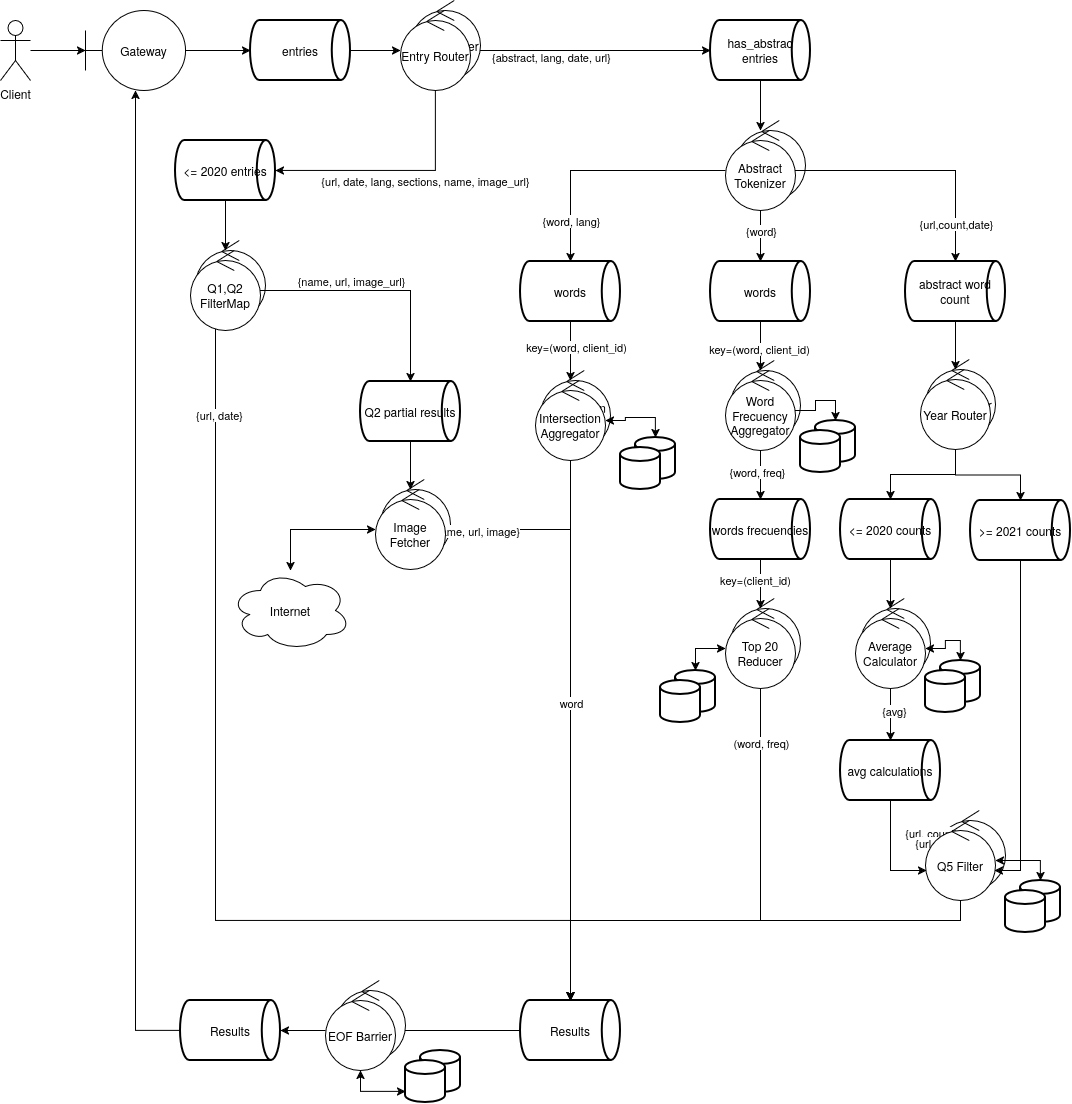
The draw.io diagram diagrams/Distribuidos - TP Diseño-Robustez.drawio.png in mrti259/fiuba-tp-template, before a commit. Source tidied: cells renumbered, new cells last; positions are measured from the earlier drawing's top-left corner, leaving out a move shared by most shapes.
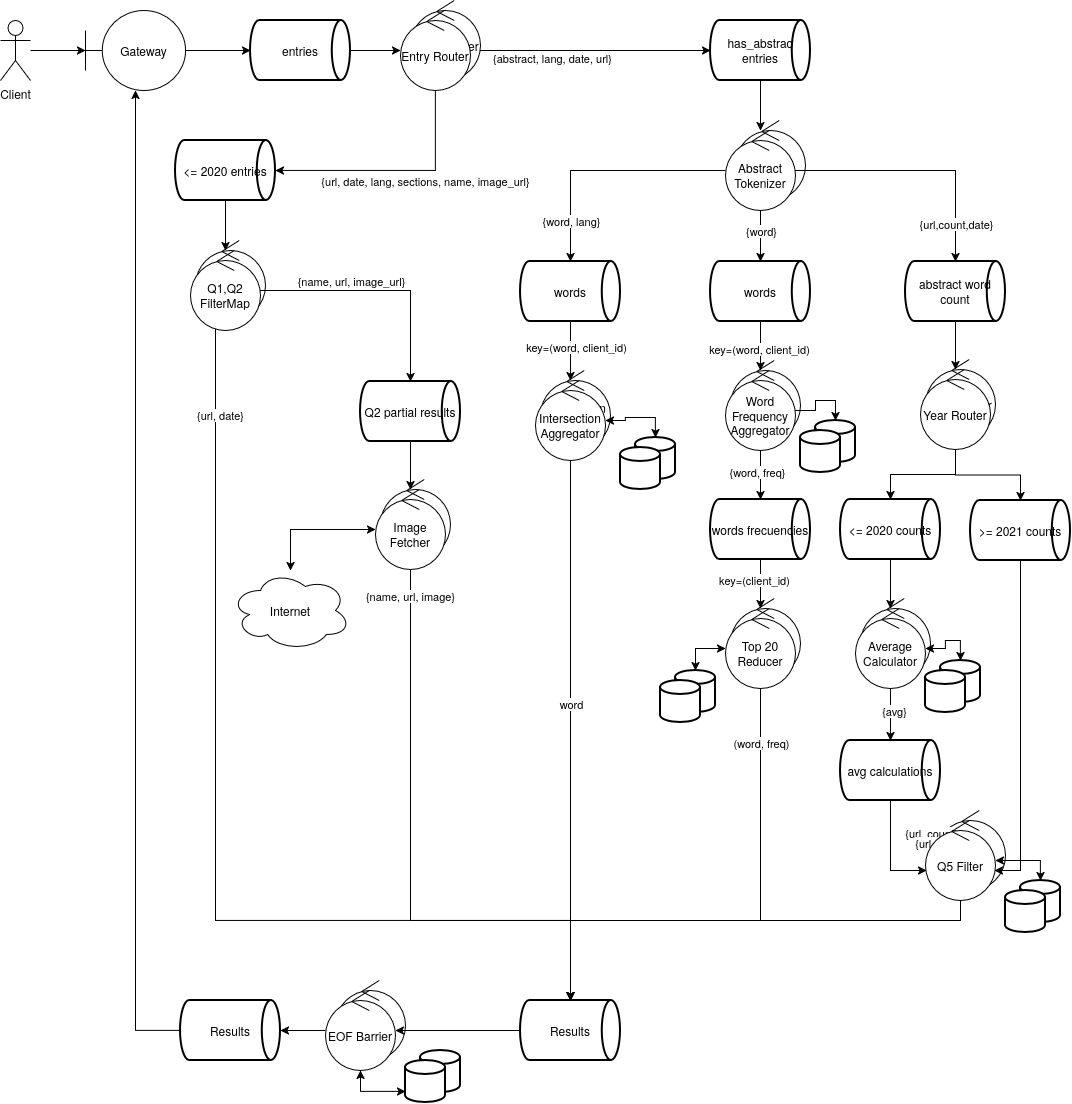
The same diagram one commit later.

Change to the diagram source:
```diff
@@ -38,10 +38,15 @@
       </mxGeometry>
     </mxCell>
     <mxCell id="13" style="edgeStyle=orthogonalEdgeStyle;rounded=0;jettySize=auto;html=1;" parent="1" edge="1" source="36" target="81">
-      <mxGeometry x="-0.89" relative="1" as="geometry" />
+      <mxGeometry x="-0.89" relative="1" as="geometry">
+        <Array as="points">
+          <mxPoint x="410" y="920" />
+          <mxPoint x="570" y="920" />
+        </Array>
+      </mxGeometry>
     </mxCell>
     <mxCell id="14" value="{name, url, image}" style="edgeLabel;html=1;align=center;verticalAlign=middle;" parent="13" vertex="1">
-      <mxGeometry x="-0.9" y="-1" relative="1" as="geometry" />
+      <mxGeometry x="-0.91" y="-1" relative="1" as="geometry" />
     </mxCell>
     <mxCell id="15" style="edgeStyle=orthogonalEdgeStyle;rounded=0;jettySize=auto;html=1;" parent="1" edge="1" source="16" target="18">
       <mxGeometry relative="1" as="geometry" />
@@ -179,7 +184,7 @@
     <mxCell id="53" value="{word, freq}" style="edgeLabel;html=1;align=center;verticalAlign=middle;" parent="52" vertex="1">
       <mxGeometry x="-0.1" y="-4" relative="1" as="geometry" />
     </mxCell>
-    <mxCell id="54" value="Word Frecuency Aggregator" style="ellipse;shape=umlControl;whiteSpace=wrap;html=1;" parent="1" vertex="1">
+    <mxCell id="54" value="Word Frequency Aggregator" style="ellipse;shape=umlControl;whiteSpace=wrap;html=1;" parent="1" vertex="1">
       <mxGeometry x="725" y="370" width="70" height="80" as="geometry" />
     </mxCell>
     <mxCell id="55" value="Top 20 Reducer" style="ellipse;shape=umlControl;whiteSpace=wrap;html=1;" parent="1" vertex="1">
@@ -278,9 +283,6 @@
         </Array>
       </mxGeometry>
     </mxCell>
-    <mxCell id="80" style="edgeStyle=orthogonalEdgeStyle;rounded=0;jettySize=auto;html=1;" parent="1" edge="1" source="81" target="103">
-      <mxGeometry relative="1" as="geometry" />
-    </mxCell>
     <mxCell id="81" value="Results" style="strokeWidth=2;html=1;shape=mxgraph.flowchart.direct_data;whiteSpace=wrap;" parent="1" vertex="1">
       <mxGeometry x="520" y="1000" width="100" height="60" as="geometry" />
     </mxCell>
@@ -372,5 +374,8 @@
         </Array>
       </mxGeometry>
     </mxCell>
+    <mxCell id="80" style="edgeStyle=orthogonalEdgeStyle;rounded=0;jettySize=auto;html=1;" parent="1" edge="1" source="81" target="103">
+      <mxGeometry relative="1" as="geometry" />
+    </mxCell>
   </root>
 </mxGraphModel>
```
